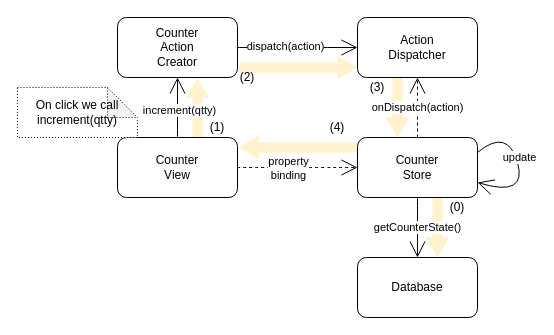
Before: qml-playground/flux-architecture/flux.drawio in gborobio73/qt_qml_playground, a draw.io diagram. Source tidied: cells renumbered, new cells numbered last; positions are measured from the earlier drawing's top-left corner, leaving out a move shared by most shapes. Both pictures are drawn from the tidied source at 100%, with x=0, y=0 at pixel (17, 17).
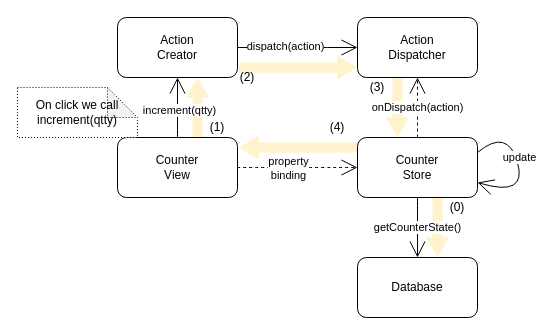
The same diagram, later.

Diff of the diagram source:
```diff
@@
-    <mxCell id="7" value="Counter&lt;br&gt;Action&lt;br&gt;Creator" style="rounded=1;whiteSpace=wrap;html=1;hachureGap=4;" parent="1" vertex="1">
+    <mxCell id="7" value="Action&lt;br&gt;Creator" style="rounded=1;whiteSpace=wrap;html=1;hachureGap=4;" parent="1" vertex="1">
       <mxGeometry x="100" width="120" height="60" as="geometry" />
     </mxCell>
```
